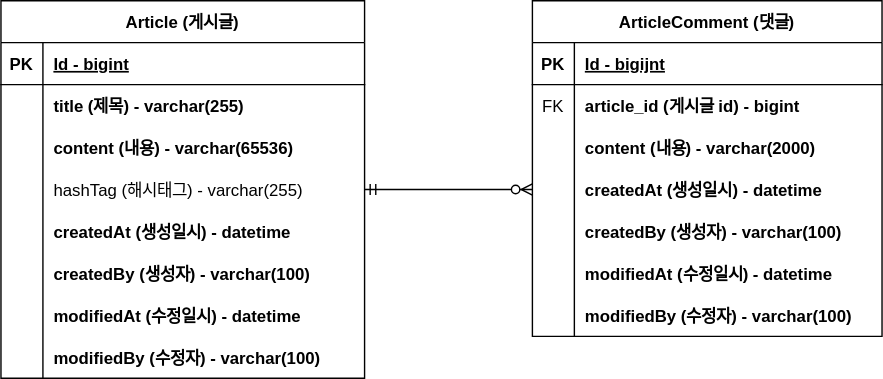
Before: document/project-board-erd.svg, a diagram exported from draw.io (BBlack-Hun/fastcampus-project-board). Source tidied: cells renumbered, new cells last; positions are measured from the earlier drawing's top-left corner, leaving out a move shared by most shapes.
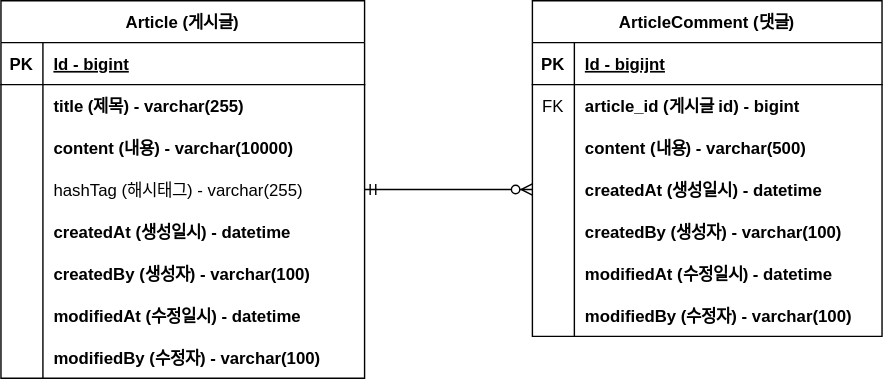
Later version of the same file.

Commit message:
#10 - erd 업데이트: content 사이즈 변경

Change to the diagram source:
```diff
@@ -29,7 +29,7 @@
     <mxCell id="10" style="shape=partialRectangle;fillColor=none;top=0;left=0;bottom=0;right=0;overflow=hidden;" parent="9" vertex="1">
       <mxGeometry width="30" height="30" as="geometry" />
     </mxCell>
-    <mxCell id="11" value="content (내용) - varchar(65536)" style="shape=partialRectangle;fillColor=none;top=0;left=0;bottom=0;right=0;align=left;spacingLeft=6;overflow=hidden;fontStyle=1;" parent="9" vertex="1">
+    <mxCell id="11" value="content (내용) - varchar(10000)" style="shape=partialRectangle;fillColor=none;top=0;left=0;bottom=0;right=0;align=left;spacingLeft=6;overflow=hidden;fontStyle=1;" parent="9" vertex="1">
       <mxGeometry x="30" width="230" height="30" as="geometry" />
     </mxCell>
     <mxCell id="12" style="shape=tableRow;horizontal=0;startSize=0;swimlaneHead=0;swimlaneBody=0;fillColor=none;points=[[0,0.5],[1,0.5]];portConstraint=eastwest;top=0;left=0;right=0;bottom=0;" parent="2" vertex="1">
@@ -104,7 +104,7 @@
     <mxCell id="35" style="shape=partialRectangle;fillColor=none;top=0;left=0;bottom=0;right=0;overflow=hidden;" parent="34" vertex="1">
       <mxGeometry width="30" height="30" as="geometry" />
     </mxCell>
-    <mxCell id="36" value="content (내용) - varchar(2000)" style="shape=partialRectangle;fillColor=none;top=0;left=0;bottom=0;right=0;align=left;spacingLeft=6;overflow=hidden;fontStyle=1;" parent="34" vertex="1">
+    <mxCell id="36" value="content (내용) - varchar(500)" style="shape=partialRectangle;fillColor=none;top=0;left=0;bottom=0;right=0;align=left;spacingLeft=6;overflow=hidden;fontStyle=1;" parent="34" vertex="1">
       <mxGeometry x="30" width="220" height="30" as="geometry" />
     </mxCell>
     <mxCell id="37" style="shape=tableRow;horizontal=0;startSize=0;swimlaneHead=0;swimlaneBody=0;fillColor=none;points=[[0,0.5],[1,0.5]];portConstraint=eastwest;top=0;left=0;right=0;bottom=0;" parent="27" vertex="1">
```
